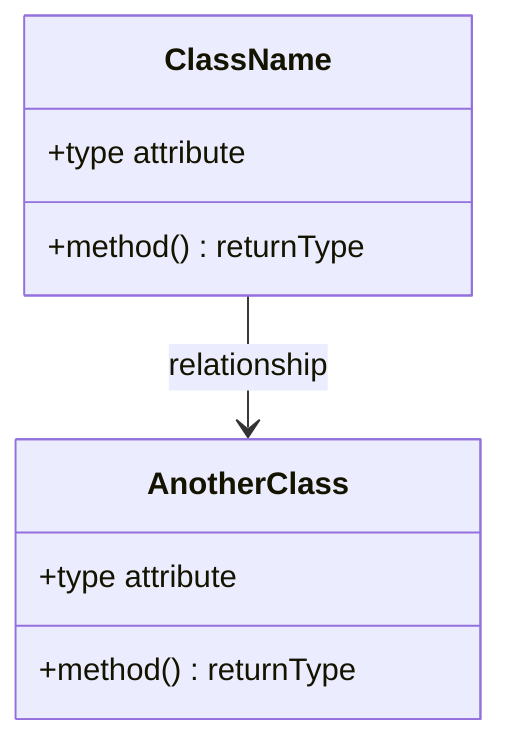
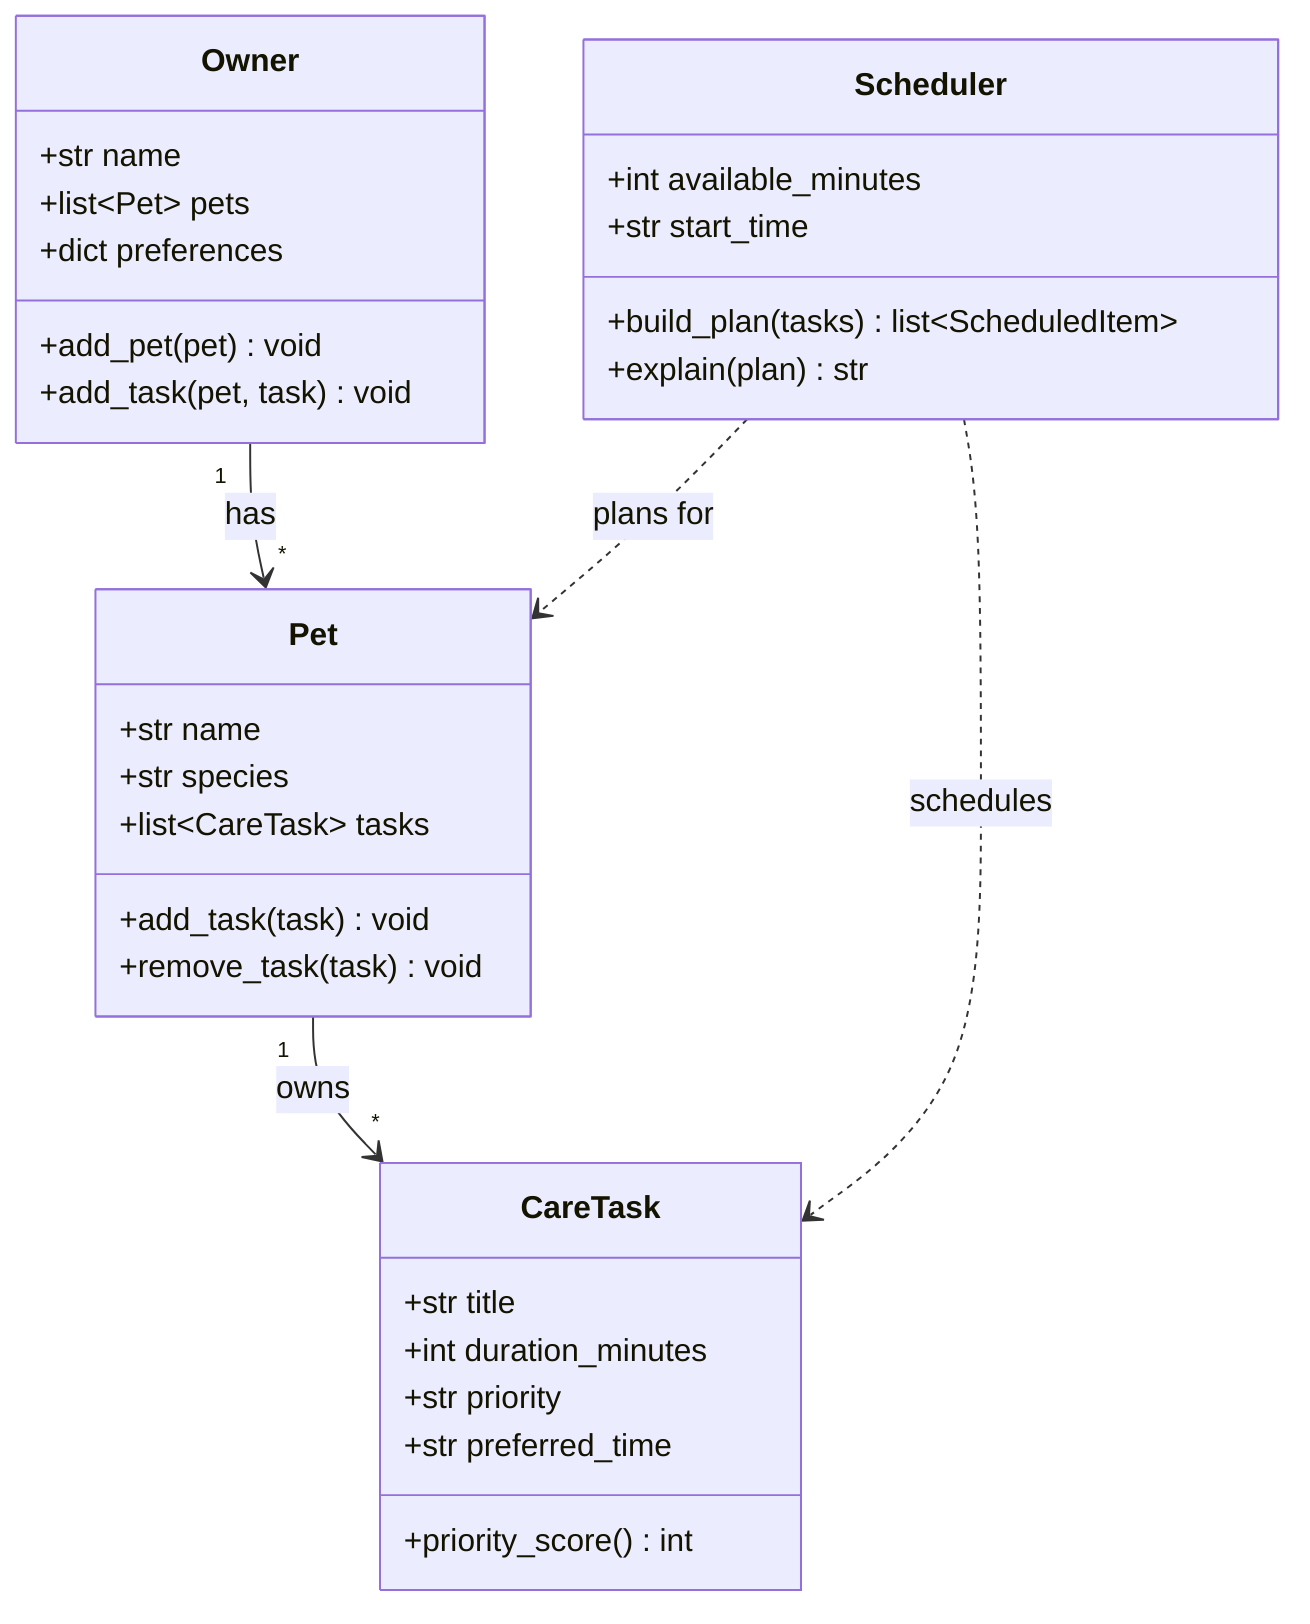
classDiagram
-     %% Replace the placeholders below with your actual classes, attributes, methods, and relationships.
-     %% Keep this file updated so it matches your final implementation.
+     %% PawPal+ class diagram. Keep this updated so it matches your final implementation.

-     class ClassName {
-         +type attribute
-         +method() returnType
+     class Owner {
+         +str name
+         +list~Pet~ pets
+         +dict preferences
+         +add_pet(pet) void
+         +add_task(pet, task) void
    }

-     class AnotherClass {
-         +type attribute
-         +method() returnType
+     class Pet {
+         +str name
+         +str species
+         +list~CareTask~ tasks
+         +add_task(task) void
+         +remove_task(task) void
    }

-     ClassName --> AnotherClass : relationship
+     class CareTask {
+         +str title
+         +int duration_minutes
+         +str priority
+         +str preferred_time
+         +priority_score() int
+     }
+ 
+     class Scheduler {
+         +int available_minutes
+         +str start_time
+         +build_plan(tasks) list~ScheduledItem~
+         +explain(plan) str
+     }
+ 
+     Owner "1" --> "*" Pet : has
+     Pet "1" --> "*" CareTask : owns
+     Scheduler ..> CareTask : schedules
+     Scheduler ..> Pet : plans for
